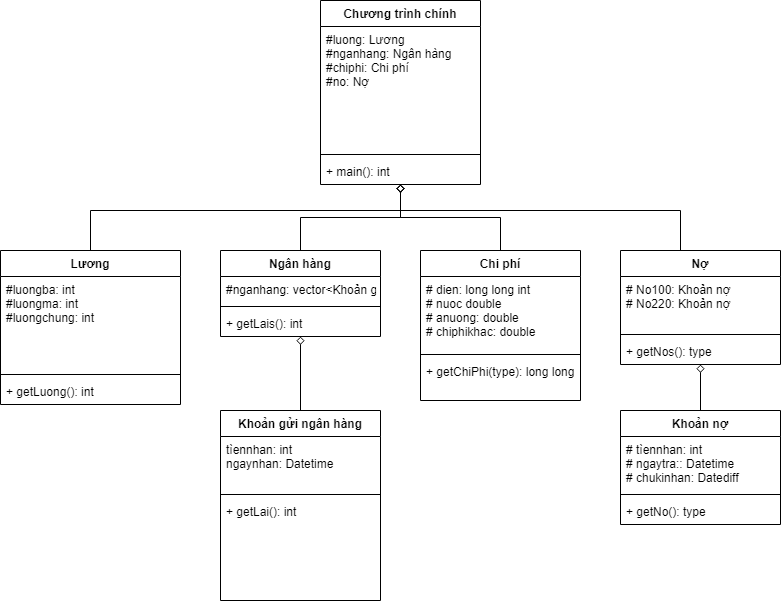
The draw.io diagram TraNo.drawio.png in YumeAyasaki/QuanLyNo, before a commit. Source tidied: cells renumbered, new cells last; positions are measured from the earlier drawing's top-left corner, leaving out a move shared by most shapes.
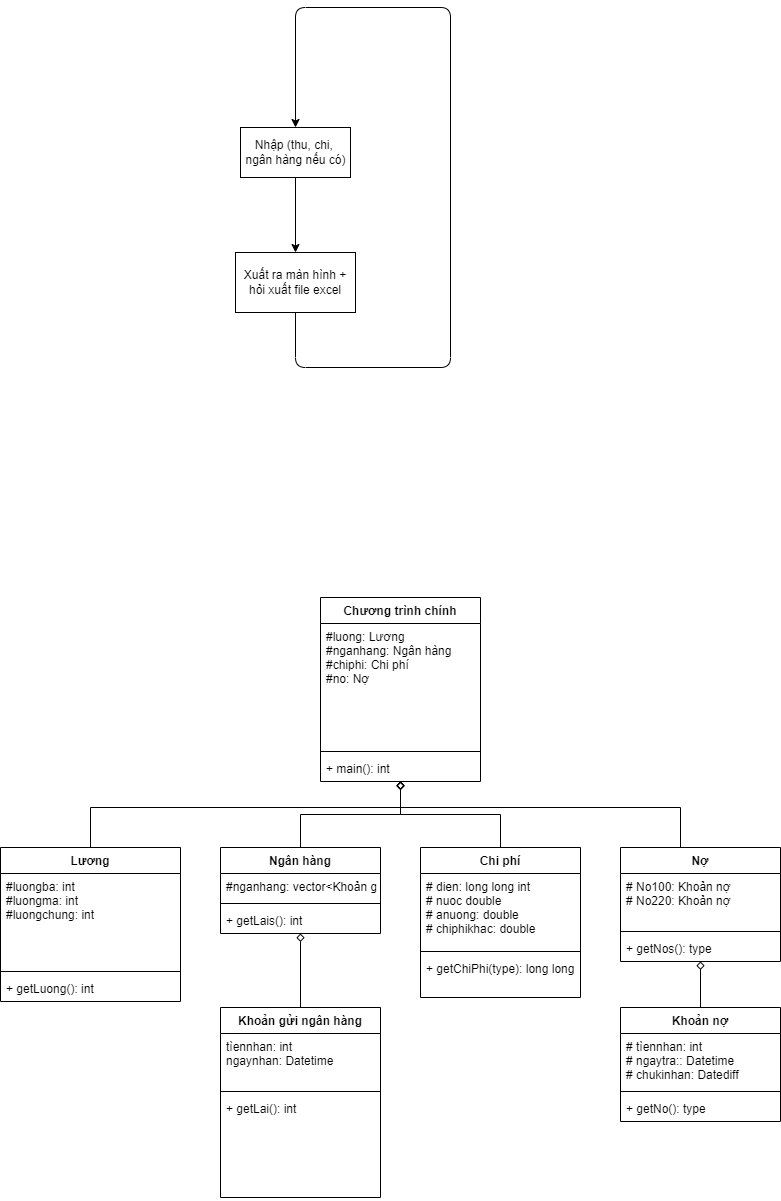
The same file after the commit.

Change to the diagram source:
```diff
@@ -114,5 +114,24 @@
     <mxCell id="35" value="+ getNo(): type" style="text;strokeColor=none;fillColor=none;align=left;verticalAlign=top;spacingLeft=4;spacingRight=4;overflow=hidden;" parent="32" vertex="1">
       <mxGeometry y="88" width="160" height="26" as="geometry" />
     </mxCell>
+    <mxCell id="36" style="edgeStyle=none;html=1;" parent="1" edge="1" source="37" target="39">
+      <mxGeometry relative="1" as="geometry" />
+    </mxCell>
+    <mxCell id="37" value="Nhập (thu, chi, &lt;br&gt;ngân hàng nếu có)" style="html=1;" parent="1" vertex="1">
+      <mxGeometry x="240" y="-470" width="110" height="50" as="geometry" />
+    </mxCell>
+    <mxCell id="38" style="edgeStyle=none;html=1;exitX=0.5;exitY=1;exitDx=0;exitDy=0;entryX=0.5;entryY=0;entryDx=0;entryDy=0;" parent="1" edge="1" source="39" target="37">
+      <mxGeometry relative="1" as="geometry">
+        <Array as="points">
+          <mxPoint x="295" y="-230" />
+          <mxPoint x="450" y="-230" />
+          <mxPoint x="450" y="-590" />
+          <mxPoint x="295" y="-590" />
+        </Array>
+      </mxGeometry>
+    </mxCell>
+    <mxCell id="39" value="Xuất ra màn hình +&lt;br&gt;hỏi xuất file excel" style="whiteSpace=wrap;html=1;" parent="1" vertex="1">
+      <mxGeometry x="235" y="-345" width="120" height="60" as="geometry" />
+    </mxCell>
   </root>
 </mxGraphModel>
```
